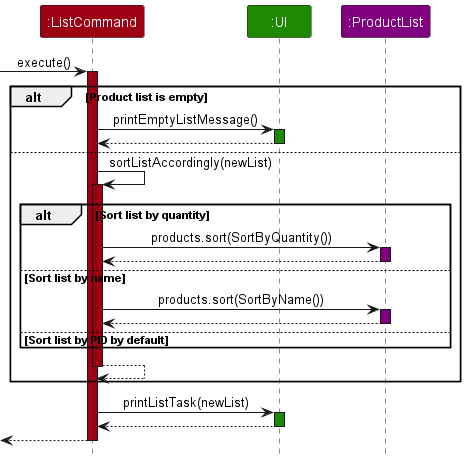
Earlier version of the PlantUML export docs/images/ListCommandExecuteSequenceDiagram.png (leongxingyu/tp). Source of this version:
```plantuml
@startuml
!include style.puml
skinparam ArrowFontStyle plain

Participant ":ListCommand" as command COMMANDS_COLOR
Participant ":UI" as ui UI_COLOR
Participant ":ProductList" as productlist PRODUCTLIST_COLOR

-> command : execute()
activate command COMMANDS_COLOR

alt Product list is empty
command -> ui : printEmptyListMessage()
activate ui UI_COLOR
command <-- ui
deactivate ui
else
    command -> command : sortListAccordingly(newList)
    activate command COMMANDS_COLOR
    alt Sort list by quantity
        command -> productlist : products.sort(SortByQuantity())
        activate productlist PRODUCTLIST_COLOR
        command <-- productlist
        deactivate productlist
    else Sort list by name
        command -> productlist : products.sort(SortByName())
        activate productlist PRODUCTLIST_COLOR
        command <-- productlist
        deactivate productlist
    else Sort list by PID by default
    end
    command --> command
    deactivate command
end
command -> ui : printListTask(newList)
activate ui UI_COLOR
ui --> command
deactivate ui

<-- command
deactivate command
@enduml
```
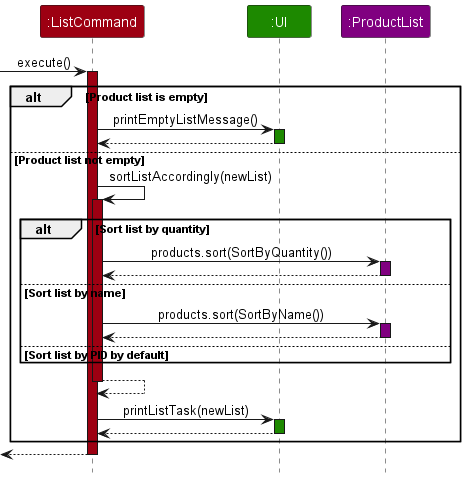
The same file after the commit.

Change to the diagram source:
```diff
@@ -14,7 +14,7 @@
 activate ui UI_COLOR
 command <-- ui
 deactivate ui
-else
+else Product list not empty
     command -> command : sortListAccordingly(newList)
     activate command COMMANDS_COLOR
     alt Sort list by quantity
@@ -31,11 +31,11 @@
     end
     command --> command
     deactivate command
+    command -> ui : printListTask(newList)
+    activate ui UI_COLOR
+    ui --> command
+    deactivate ui
 end
-command -> ui : printListTask(newList)
-activate ui UI_COLOR
-ui --> command
-deactivate ui
 
 <-- command
 deactivate command
```
